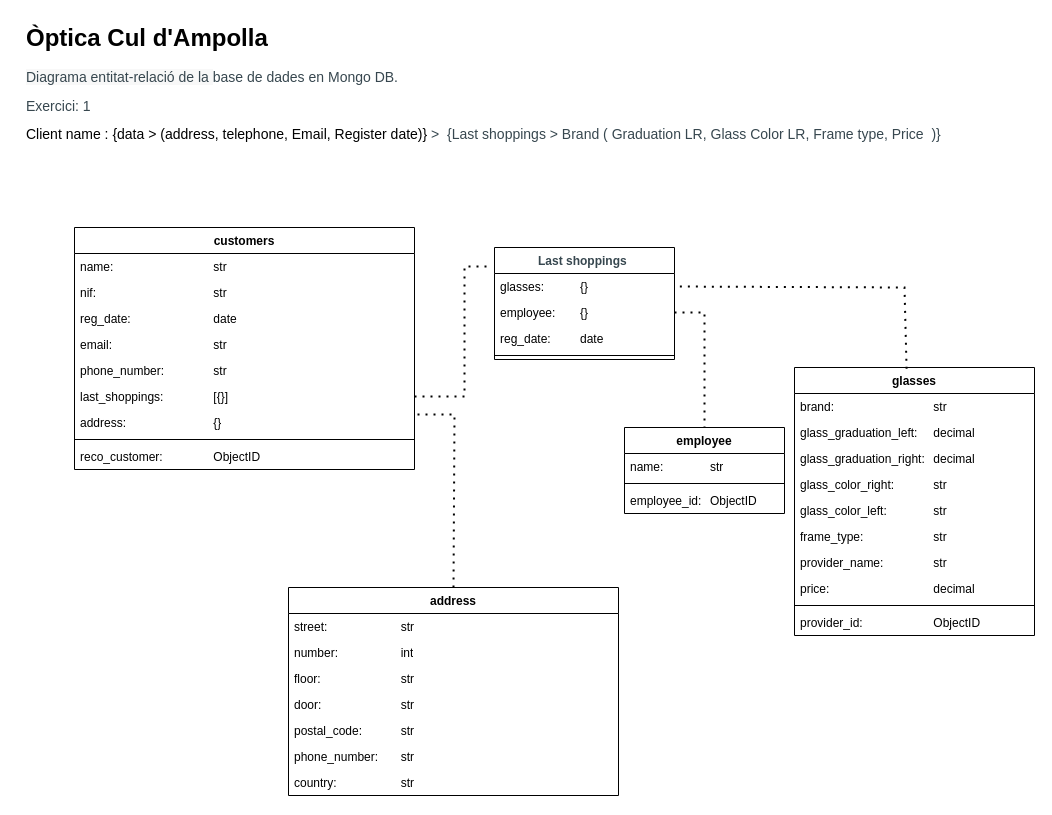
The draw.io diagram page "Òptica interfície client" (1 of 3) of mysql_optica_bd_MONGO_exercici_1.drawio in alescu/2.3-Mongo-estructures_N1, before the edit. Source tidied: cells renumbered, new cells numbered last; positions are measured from the earlier drawing's top-left corner, leaving out a move shared by most shapes. Both pictures are drawn from the tidied source at 100%, with x=0, y=0 at pixel (24, 17).
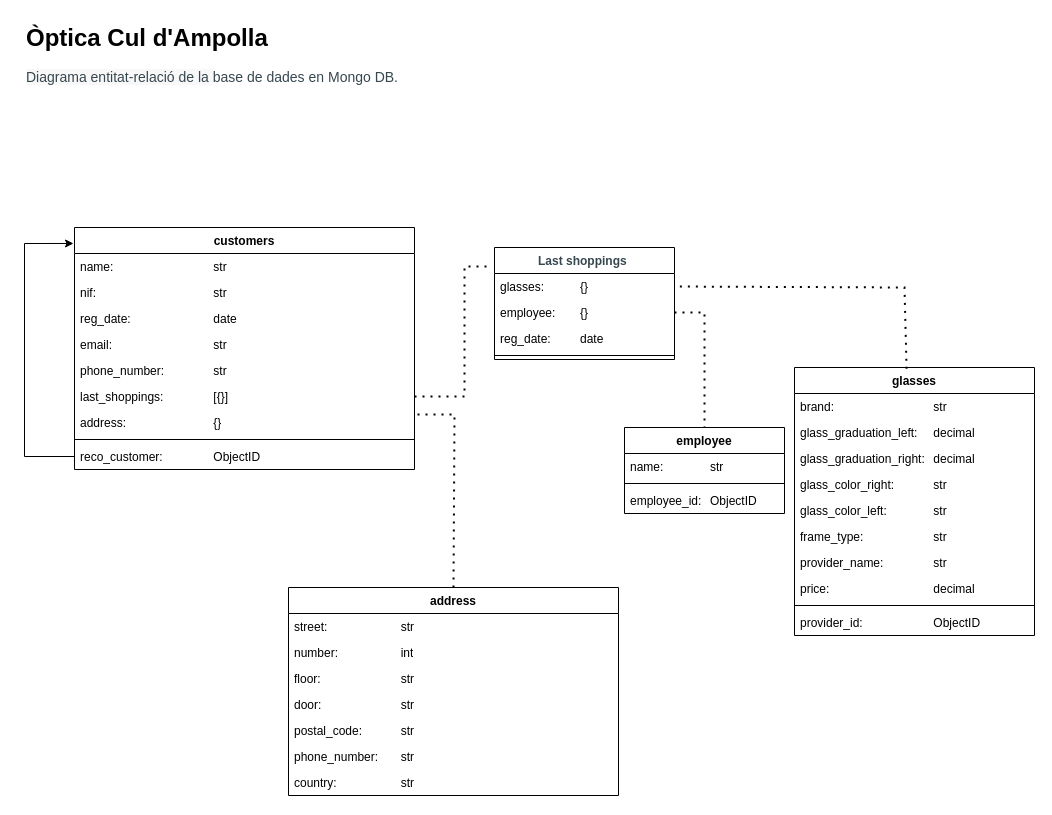
Above is the later version.

Commit message (it also covers changes not shown here):
Modificacions estructures de dades

The change refers to these unchanged cells:
```xml
<mxCell id="13" value="customers" style="swimlane;fontStyle=1;align=center;verticalAlign=top;horizontal=1;startSize=26;whiteSpace=wrap;html=1;" parent="1" vertex="1">
  <mxGeometry x="50" y="210" width="340" height="242" as="geometry" />
</mxCell>
<mxCell id="22" value="reco_customer:&amp;nbsp;&lt;span style=&quot;white-space: pre;&quot;&gt;&#9;&lt;/span&gt;&lt;span style=&quot;white-space: pre;&quot;&gt;&#9;&lt;/span&gt;ObjectID" style="text;strokeColor=none;fillColor=none;align=left;verticalAlign=top;spacingLeft=4;spacingRight=4;overflow=hidden;points=[[0,0.5],[1,0.5]];portConstraint=eastwest;whiteSpace=wrap;html=1;" parent="13" vertex="1">
  <mxGeometry y="216" width="340" height="26" as="geometry" />
</mxCell>
```

Diff of the diagram source:
```diff
@@
+    <mxCell id="45" style="endArrow=classic;html=1;rounded=0;exitX=0;exitY=0.5;exitDx=0;exitDy=0;entryX=-0.003;entryY=0.066;entryDx=0;entryDy=0;entryPerimeter=0;" parent="13" edge="1" source="22" target="13">
+      <mxGeometry relative="1" as="geometry">
+        <Array as="points">
+          <mxPoint x="-50" y="229" />
+          <mxPoint x="-50" y="16" />
+        </Array>
+      </mxGeometry>
+    </mxCell>
@@
-    <mxCell id="27" value="&lt;h1 style=&quot;margin-top: 0px;&quot;&gt;Òptica Cul d'Ampolla&lt;/h1&gt;&lt;p&gt;&lt;span style=&quot;color: rgb(55, 71, 79); font-family: Montserrat, Arial, Helvetica; font-size: 14px; background-color: rgb(248, 248, 248);&quot;&gt;Diagrama entitat-relació de la&amp;nbsp;&lt;/span&gt;&lt;span style=&quot;background-color: rgb(255, 255, 255); color: rgb(55, 71, 79); font-family: Montserrat, Arial, Helvetica; font-size: 14px; text-align: justify;&quot;&gt;base de dades en Mongo DB.&lt;/span&gt;&lt;/p&gt;&lt;p style=&quot;text-align: justify;&quot;&gt;&lt;font face=&quot;Montserrat, Arial, Helvetica&quot; color=&quot;#37474f&quot;&gt;&lt;span style=&quot;font-size: 14px;&quot;&gt;Exercici: 1&lt;/span&gt;&lt;/font&gt;&lt;/p&gt;&lt;p style=&quot;text-align: justify;&quot;&gt;&lt;font style=&quot;background-color: transparent;&quot; face=&quot;Montserrat, Arial, Helvetica&quot;&gt;&lt;span style=&quot;font-size: 14px;&quot;&gt;Client name :&amp;nbsp;&lt;/span&gt;&lt;/font&gt;&lt;font style=&quot;background-color: transparent; color: light-dark(rgb(0, 0, 0), rgb(255, 255, 255));&quot; face=&quot;Montserrat, Arial, Helvetica&quot;&gt;&lt;span style=&quot;font-size: 14px;&quot;&gt;{data &amp;gt; (address, telephone, Email, Register date)}&amp;nbsp;&lt;/span&gt;&lt;/font&gt;&lt;span style=&quot;background-color: transparent; font-size: 14px; color: light-dark(rgb(55, 71, 79), rgb(167, 181, 188)); font-family: Montserrat, Arial, Helvetica;&quot;&gt;&amp;gt;&amp;nbsp; {&lt;/span&gt;&lt;span style=&quot;background-color: transparent; font-size: 14px; color: light-dark(rgb(55, 71, 79), rgb(167, 181, 188)); font-family: Montserrat, Arial, Helvetica;&quot;&gt;Last shoppings &amp;gt; Brand ( Graduation LR, Glass Color LR, Frame type, Price&amp;nbsp; )}&lt;/span&gt;&lt;/p&gt;" style="text;html=1;whiteSpace=wrap;overflow=hidden;rounded=0;" parent="1" vertex="1">
-      <mxGeometry width="980" height="180" as="geometry" />
+    <mxCell id="27" value="&lt;h1 style=&quot;margin-top: 0px;&quot;&gt;Òptica Cul d'Ampolla&lt;/h1&gt;&lt;p&gt;&lt;span style=&quot;color: rgb(55, 71, 79); font-family: Montserrat, Arial, Helvetica; font-size: 14px; background-color: rgb(248, 248, 248);&quot;&gt;Diagrama entitat-relació de la&amp;nbsp;&lt;/span&gt;&lt;span style=&quot;background-color: rgb(255, 255, 255); color: rgb(55, 71, 79); font-family: Montserrat, Arial, Helvetica; font-size: 14px; text-align: justify;&quot;&gt;base de dades en Mongo DB.&lt;br&gt;&lt;/span&gt;&lt;/p&gt;" style="text;html=1;whiteSpace=wrap;overflow=hidden;rounded=0;" parent="1" vertex="1">
+      <mxGeometry width="980" height="130" as="geometry" />
     </mxCell>
```
